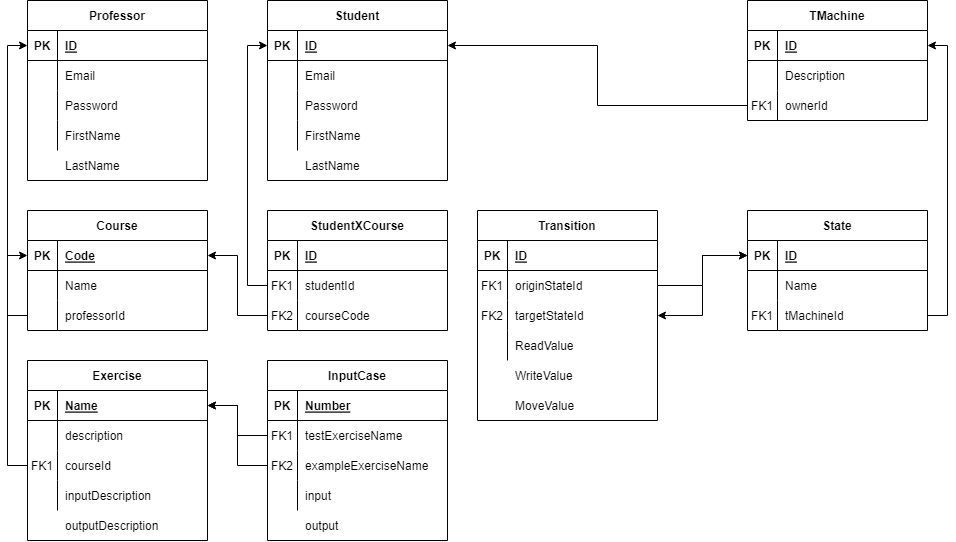
The draw.io diagram Diseño MVPs/Diagramas MVP #2/Diagrama Lógico Sprint 2.png in ExotronicDev/Turing-Master, before a commit. Source tidied: cells renumbered, new cells last; positions are measured from the earlier drawing's top-left corner, leaving out a move shared by most shapes.
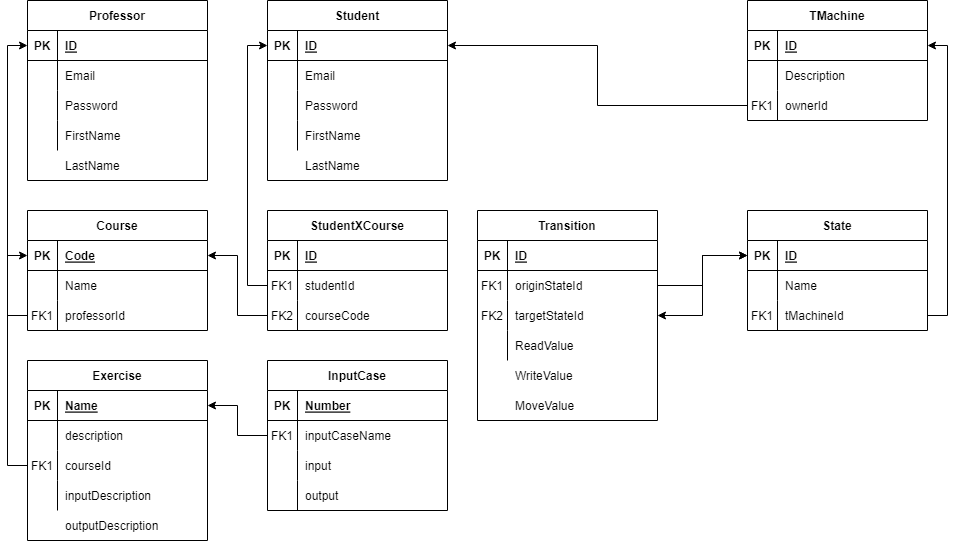
The same file after the commit.

Commit message:
Sprint 2 Diagram corrections

What changed in the source:
```diff
@@ -202,7 +202,7 @@
     <mxCell id="66" style="shape=tableRow;horizontal=0;startSize=0;swimlaneHead=0;swimlaneBody=0;fillColor=none;points=[[0,0.5],[1,0.5]];portConstraint=eastwest;top=0;left=0;right=0;bottom=0;" parent="59" vertex="1">
       <mxGeometry y="90" width="180" height="30" as="geometry" />
     </mxCell>
-    <mxCell id="67" style="shape=partialRectangle;fillColor=none;top=0;left=0;bottom=0;right=0;overflow=hidden;" parent="66" vertex="1">
+    <mxCell id="67" value="FK1" style="shape=partialRectangle;fillColor=none;top=0;left=0;bottom=0;right=0;overflow=hidden;" parent="66" vertex="1">
       <mxGeometry width="30" height="30" as="geometry" />
     </mxCell>
     <mxCell id="68" value="professorId" style="shape=partialRectangle;fillColor=none;top=0;left=0;bottom=0;right=0;align=left;spacingLeft=6;overflow=hidden;" parent="66" vertex="1">
@@ -326,7 +326,7 @@
       <mxGeometry relative="1" as="geometry" />
     </mxCell>
     <mxCell id="108" value="InputCase" style="shape=table;startSize=30;rowLines=0;fontStyle=1;align=center;" parent="1" vertex="1">
-      <mxGeometry x="240" y="360" width="180" height="180" as="geometry" />
+      <mxGeometry x="240" y="360" width="180" height="150" as="geometry" />
     </mxCell>
     <mxCell id="109" style="shape=tableRow;horizontal=0;startSize=0;swimlaneHead=0;swimlaneBody=0;fillColor=none;top=0;left=0;right=0;bottom=1;" parent="108" vertex="1">
       <mxGeometry y="30" width="180" height="30" as="geometry" />
@@ -343,16 +343,16 @@
     <mxCell id="113" value="FK1" style="shape=partialRectangle;fillColor=none;top=0;left=0;bottom=0;right=0;overflow=hidden;" parent="112" vertex="1">
       <mxGeometry width="30" height="30" as="geometry" />
     </mxCell>
-    <mxCell id="114" value="testExerciseName" style="shape=partialRectangle;fillColor=none;top=0;left=0;bottom=0;right=0;align=left;spacingLeft=6;overflow=hidden;" parent="112" vertex="1">
+    <mxCell id="114" value="inputCaseName" style="shape=partialRectangle;fillColor=none;top=0;left=0;bottom=0;right=0;align=left;spacingLeft=6;overflow=hidden;" parent="112" vertex="1">
       <mxGeometry x="30" width="150" height="30" as="geometry" />
     </mxCell>
     <mxCell id="115" style="shape=tableRow;horizontal=0;startSize=0;swimlaneHead=0;swimlaneBody=0;fillColor=none;points=[[0,0.5],[1,0.5]];portConstraint=eastwest;top=0;left=0;right=0;bottom=0;" parent="108" vertex="1">
       <mxGeometry y="90" width="180" height="30" as="geometry" />
     </mxCell>
-    <mxCell id="116" value="FK2" style="shape=partialRectangle;fillColor=none;top=0;left=0;bottom=0;right=0;overflow=hidden;" parent="115" vertex="1">
+    <mxCell id="116" style="shape=partialRectangle;fillColor=none;top=0;left=0;bottom=0;right=0;overflow=hidden;" parent="115" vertex="1">
       <mxGeometry width="30" height="30" as="geometry" />
     </mxCell>
-    <mxCell id="117" value="exampleExerciseName" style="shape=partialRectangle;fillColor=none;top=0;left=0;bottom=0;right=0;align=left;spacingLeft=6;overflow=hidden;" parent="115" vertex="1">
+    <mxCell id="117" value="input" style="shape=partialRectangle;fillColor=none;top=0;left=0;bottom=0;right=0;align=left;spacingLeft=6;overflow=hidden;" parent="115" vertex="1">
       <mxGeometry x="30" width="150" height="30" as="geometry" />
     </mxCell>
     <mxCell id="118" style="shape=tableRow;horizontal=0;startSize=0;swimlaneHead=0;swimlaneBody=0;fillColor=none;top=0;left=0;right=0;bottom=0;" parent="108" vertex="1">
@@ -361,17 +361,11 @@
     <mxCell id="119" style="shape=partialRectangle;fillColor=none;top=0;left=0;bottom=0;right=0;overflow=hidden;" parent="118" vertex="1">
       <mxGeometry width="30" height="30" as="geometry" />
     </mxCell>
-    <mxCell id="120" value="input" style="shape=partialRectangle;fillColor=none;top=0;left=0;bottom=0;right=0;align=left;spacingLeft=6;overflow=hidden;" parent="118" vertex="1">
+    <mxCell id="120" value="output" style="shape=partialRectangle;fillColor=none;top=0;left=0;bottom=0;right=0;align=left;spacingLeft=6;overflow=hidden;" parent="118" vertex="1">
       <mxGeometry x="30" width="150" height="30" as="geometry" />
     </mxCell>
-    <mxCell id="121" value="output" style="shape=partialRectangle;fillColor=none;top=0;left=0;bottom=0;right=0;align=left;spacingLeft=6;overflow=hidden;" parent="1" vertex="1">
-      <mxGeometry x="270" y="510" width="150" height="30" as="geometry" />
+    <mxCell id="121" style="edgeStyle=orthogonalEdgeStyle;rounded=0;jettySize=auto;html=1;entryX=1;entryY=0.5;entryDx=0;entryDy=0;" parent="1" edge="1" source="112" target="94">
+      <mxGeometry relative="1" as="geometry" />
     </mxCell>
-    <mxCell id="122" style="edgeStyle=orthogonalEdgeStyle;rounded=0;jettySize=auto;html=1;entryX=1;entryY=0.5;entryDx=0;entryDy=0;" parent="1" edge="1" source="112" target="94">
-      <mxGeometry relative="1" as="geometry" />
-    </mxCell>
-    <mxCell id="123" style="edgeStyle=orthogonalEdgeStyle;rounded=0;jettySize=auto;html=1;entryX=1;entryY=0.5;entryDx=0;entryDy=0;" parent="1" edge="1" source="115" target="94">
-      <mxGeometry relative="1" as="geometry" />
-    </mxCell>
   </root>
 </mxGraphModel>
```
